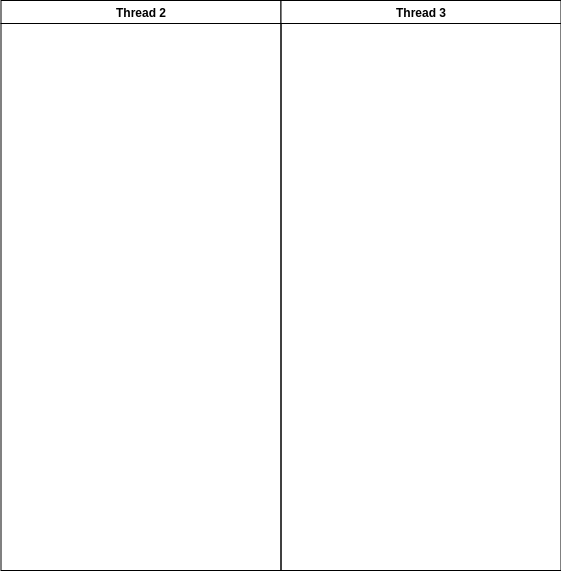
Before: Untitled Diagram.png, a diagram exported from draw.io (intererting/draw_io_backend). Source tidied: cells renumbered, new cells last; positions are measured from the earlier drawing's top-left corner, leaving out a move shared by most shapes.
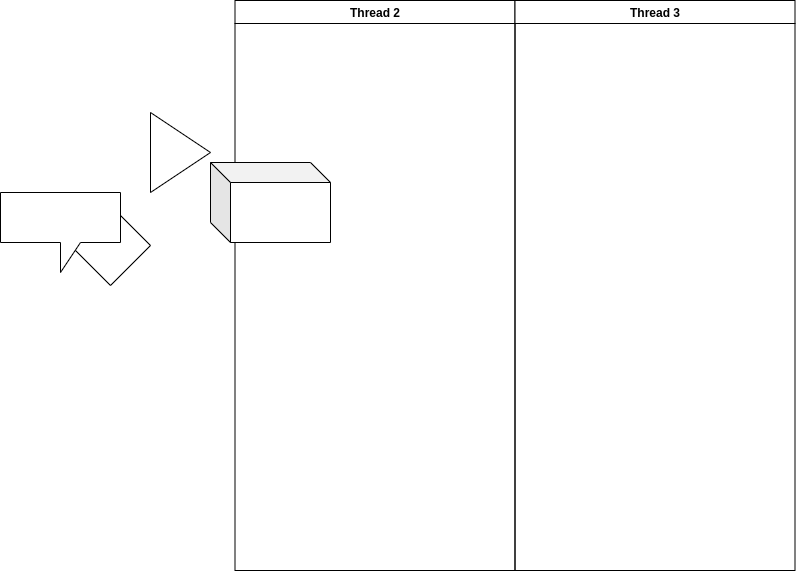
Later version of the same file.

What changed in the source:
```diff
@@ -8,5 +8,17 @@
     <mxCell id="3" value="Thread 3" style="swimlane;whiteSpace=wrap;" parent="1" vertex="1">
       <mxGeometry x="280.5" width="280" height="570" as="geometry" />
     </mxCell>
+    <mxCell id="4" style="rhombus;whiteSpace=wrap;html=1;" parent="1" vertex="1">
+      <mxGeometry x="-164" y="205" width="80" height="80" as="geometry" />
+    </mxCell>
+    <mxCell id="5" style="shape=callout;whiteSpace=wrap;html=1;perimeter=calloutPerimeter;" parent="1" vertex="1">
+      <mxGeometry x="-234" y="192" width="120" height="80" as="geometry" />
+    </mxCell>
+    <mxCell id="6" style="shape=cube;whiteSpace=wrap;html=1;boundedLbl=1;backgroundOutline=1;darkOpacity=0.05;darkOpacity2=0.1;" parent="1" vertex="1">
+      <mxGeometry x="-24" y="162" width="120" height="80" as="geometry" />
+    </mxCell>
+    <mxCell id="7" style="triangle;whiteSpace=wrap;html=1;" parent="1" vertex="1">
+      <mxGeometry x="-84" y="112" width="60" height="80" as="geometry" />
+    </mxCell>
   </root>
 </mxGraphModel>
```
